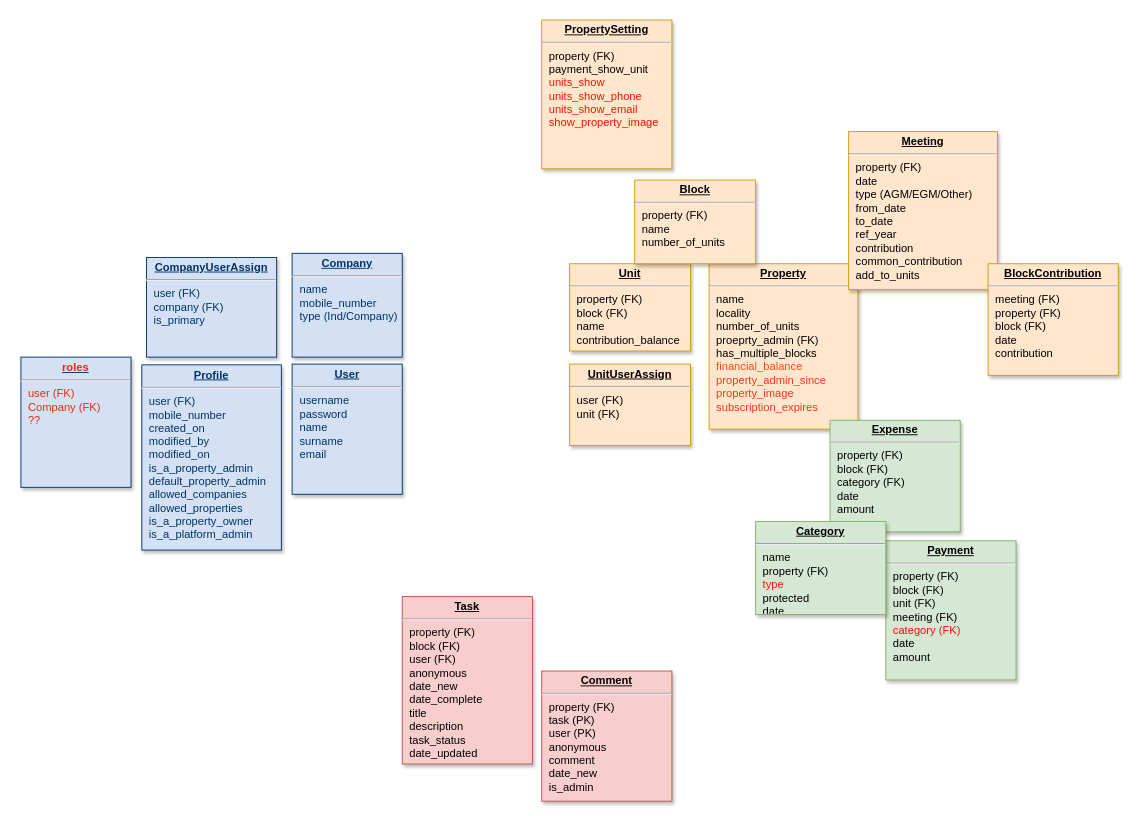
Above: Untitled Diagram.drawio in gilubilu/hello-world (draw.io), before the change. Source tidied: cells renumbered, new cells numbered last; positions are measured from the earlier drawing's top-left corner, leaving out a move shared by most shapes. Both pictures are drawn from the tidied source at 93%, with x=0, y=0 at pixel (20, 20).
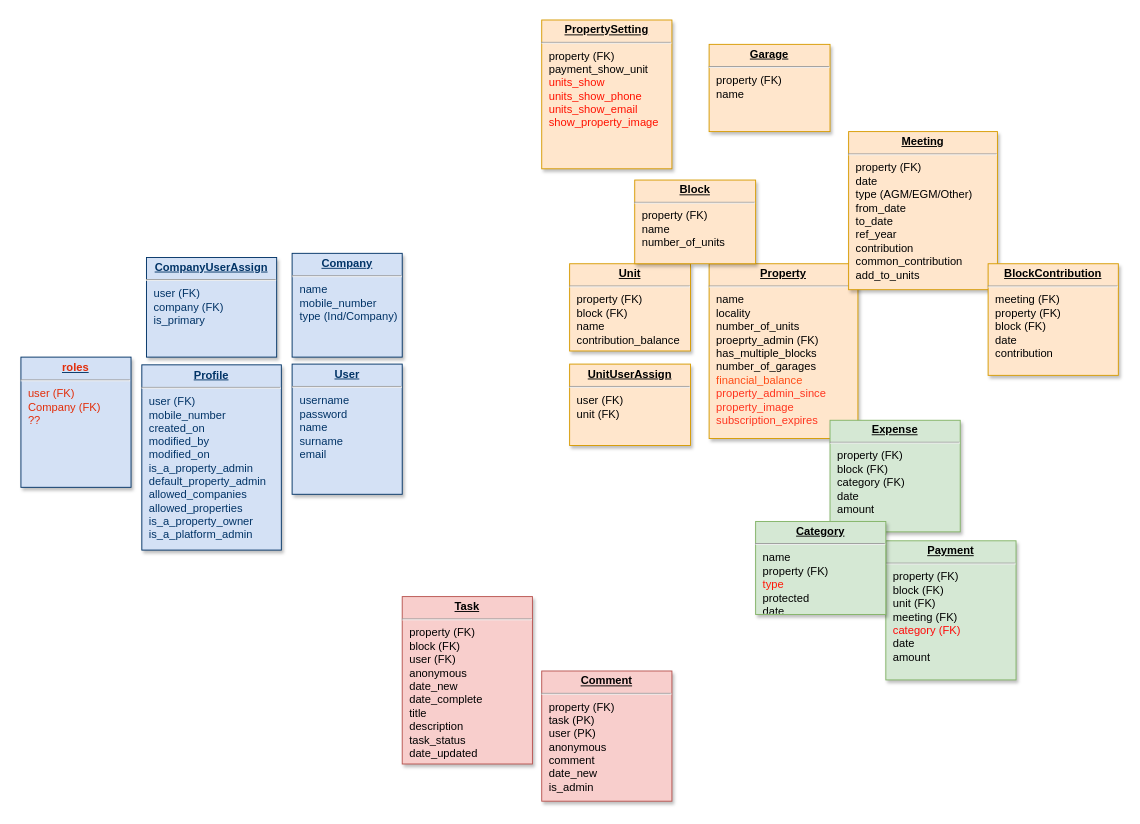
After the change.

The edit, as a diff of the source:
```diff
@@
 <mxGraphModel background="#ffffff">
   <root>
     <mxCell id="0" />
     <mxCell id="1" parent="0" />
     <mxCell id="2" value="&lt;p style=&quot;margin: 0px ; margin-top: 4px ; text-align: center ; text-decoration: underline&quot;&gt;&lt;b&gt;UnitUserAssign&lt;/b&gt;&lt;/p&gt;&lt;hr&gt;&lt;p style=&quot;margin: 0px ; margin-left: 8px&quot;&gt;user (FK)&lt;/p&gt;&lt;p style=&quot;margin: 0px ; margin-left: 8px&quot;&gt;unit (FK)&lt;/p&gt;" style="verticalAlign=top;align=left;overflow=fill;fontSize=12;fontFamily=Helvetica;html=1;strokeColor=#d79b00;shadow=1;fillColor=#ffe6cc;" parent="1" vertex="1">
       <mxGeometry x="590" y="370" width="130" height="87.5" as="geometry" />
     </mxCell>
     <mxCell id="3" value="&lt;p style=&quot;margin: 0px ; margin-top: 4px ; text-align: center ; text-decoration: underline&quot;&gt;&lt;strong&gt;Unit&lt;/strong&gt;&lt;/p&gt;&lt;hr&gt;&lt;p style=&quot;margin: 0px ; margin-left: 8px&quot;&gt;property (FK)&lt;/p&gt;&lt;p style=&quot;margin: 0px ; margin-left: 8px&quot;&gt;block (FK)&lt;/p&gt;&lt;p style=&quot;margin: 0px ; margin-left: 8px&quot;&gt;name&lt;/p&gt;&lt;p style=&quot;margin: 0px ; margin-left: 8px&quot;&gt;&lt;span&gt;contribution_balance&lt;/span&gt;&lt;br&gt;&lt;/p&gt;&lt;p style=&quot;margin: 0px ; margin-left: 8px&quot;&gt;&lt;br&gt;&lt;/p&gt;" style="verticalAlign=top;align=left;overflow=fill;fontSize=12;fontFamily=Helvetica;html=1;strokeColor=#d79b00;shadow=1;fillColor=#ffe6cc;" parent="1" vertex="1">
       <mxGeometry x="590" y="262.1" width="130" height="93.8" as="geometry" />
     </mxCell>
-    <mxCell id="4" value="&lt;p style=&quot;margin: 0px ; margin-top: 4px ; text-align: center ; text-decoration: underline&quot;&gt;&lt;strong&gt;Property&lt;/strong&gt;&lt;/p&gt;&lt;hr&gt;&lt;p style=&quot;margin: 0px ; margin-left: 8px&quot;&gt;name&lt;/p&gt;&lt;p style=&quot;margin: 0px ; margin-left: 8px&quot;&gt;locality&lt;/p&gt;&lt;p style=&quot;margin: 0px ; margin-left: 8px&quot;&gt;number_of_units&lt;/p&gt;&lt;p style=&quot;margin: 0px ; margin-left: 8px&quot;&gt;proeprty_admin (FK)&lt;/p&gt;&lt;p style=&quot;margin: 0px ; margin-left: 8px&quot;&gt;&lt;span&gt;has_multiple_blocks&lt;/span&gt;&lt;br&gt;&lt;/p&gt;&lt;p style=&quot;margin: 0px ; margin-left: 8px&quot;&gt;&lt;font color=&quot;#ff4d17&quot;&gt;financial_balance&lt;/font&gt;&lt;/p&gt;&lt;p style=&quot;margin: 0px ; margin-left: 8px&quot;&gt;&lt;font color=&quot;#ff351f&quot;&gt;property_admin_since&lt;/font&gt;&lt;font color=&quot;#ff4d17&quot;&gt;&lt;br&gt;&lt;/font&gt;&lt;/p&gt;&lt;p style=&quot;margin: 0px ; margin-left: 8px&quot;&gt;&lt;font color=&quot;#ff351f&quot;&gt;property_image&lt;/font&gt;&lt;/p&gt;&lt;p style=&quot;margin: 0px ; margin-left: 8px&quot;&gt;&lt;font color=&quot;#ff351f&quot;&gt;subscription_expires&lt;/font&gt;&lt;/p&gt;" style="verticalAlign=top;align=left;overflow=fill;fontSize=12;fontFamily=Helvetica;html=1;strokeColor=#d79b00;shadow=1;fillColor=#ffe6cc;" parent="1" vertex="1">
-      <mxGeometry x="740" y="262.1" width="160" height="177.9" as="geometry" />
+    <mxCell id="4" value="&lt;p style=&quot;margin: 0px ; margin-top: 4px ; text-align: center ; text-decoration: underline&quot;&gt;&lt;strong&gt;Property&lt;/strong&gt;&lt;/p&gt;&lt;hr&gt;&lt;p style=&quot;margin: 0px ; margin-left: 8px&quot;&gt;name&lt;/p&gt;&lt;p style=&quot;margin: 0px ; margin-left: 8px&quot;&gt;locality&lt;/p&gt;&lt;p style=&quot;margin: 0px ; margin-left: 8px&quot;&gt;number_of_units&lt;/p&gt;&lt;p style=&quot;margin: 0px ; margin-left: 8px&quot;&gt;proeprty_admin (FK)&lt;/p&gt;&lt;p style=&quot;margin: 0px ; margin-left: 8px&quot;&gt;&lt;span&gt;has_multiple_blocks&lt;/span&gt;&lt;br&gt;&lt;/p&gt;&lt;p style=&quot;margin: 0px ; margin-left: 8px&quot;&gt;&lt;span&gt;number_of_garages&lt;/span&gt;&lt;/p&gt;&lt;p style=&quot;margin: 0px ; margin-left: 8px&quot;&gt;&lt;font color=&quot;#ff4d17&quot;&gt;financial_balance&lt;/font&gt;&lt;/p&gt;&lt;p style=&quot;margin: 0px ; margin-left: 8px&quot;&gt;&lt;font color=&quot;#ff351f&quot;&gt;property_admin_since&lt;/font&gt;&lt;font color=&quot;#ff4d17&quot;&gt;&lt;br&gt;&lt;/font&gt;&lt;/p&gt;&lt;p style=&quot;margin: 0px ; margin-left: 8px&quot;&gt;&lt;font color=&quot;#ff351f&quot;&gt;property_image&lt;/font&gt;&lt;/p&gt;&lt;p style=&quot;margin: 0px ; margin-left: 8px&quot;&gt;&lt;font color=&quot;#ff351f&quot;&gt;subscription_expires&lt;/font&gt;&lt;/p&gt;" style="verticalAlign=top;align=left;overflow=fill;fontSize=12;fontFamily=Helvetica;html=1;strokeColor=#d79b00;shadow=1;fillColor=#ffe6cc;" parent="1" vertex="1">
+      <mxGeometry x="740" y="262.1" width="160" height="187.9" as="geometry" />
     </mxCell>
     <mxCell id="5" value="&lt;p style=&quot;margin: 0px ; margin-top: 4px ; text-align: center ; text-decoration: underline&quot;&gt;&lt;strong&gt;Profile&lt;/strong&gt;&lt;/p&gt;&lt;hr&gt;&lt;p style=&quot;margin: 0px ; margin-left: 8px&quot;&gt;user (FK)&lt;/p&gt;&lt;p style=&quot;margin: 0px ; margin-left: 8px&quot;&gt;mobile_number&lt;/p&gt;&lt;p style=&quot;margin: 0px ; margin-left: 8px&quot;&gt;created_on&lt;/p&gt;&lt;p style=&quot;margin: 0px ; margin-left: 8px&quot;&gt;modified_by&lt;/p&gt;&lt;p style=&quot;margin: 0px ; margin-left: 8px&quot;&gt;modified_on&lt;/p&gt;&lt;p style=&quot;margin: 0px ; margin-left: 8px&quot;&gt;is_a_property_admin&lt;/p&gt;&lt;p style=&quot;margin: 0px ; margin-left: 8px&quot;&gt;default_property_admin&lt;br&gt;&lt;/p&gt;&lt;p style=&quot;margin: 0px ; margin-left: 8px&quot;&gt;allowed_companies&lt;/p&gt;&lt;p style=&quot;margin: 0px ; margin-left: 8px&quot;&gt;allowed_properties&lt;/p&gt;&lt;p style=&quot;margin: 0px ; margin-left: 8px&quot;&gt;is_a_property_owner&lt;/p&gt;&lt;p style=&quot;margin: 0px ; margin-left: 8px&quot;&gt;is_a_platform_admin&lt;/p&gt;" style="verticalAlign=top;align=left;overflow=fill;fontSize=12;fontFamily=Helvetica;html=1;strokeColor=#003366;shadow=1;fillColor=#D4E1F5;fontColor=#003366;direction=west;" parent="1" vertex="1">
       <mxGeometry x="130" y="370.8" width="150" height="199.2" as="geometry" />
     </mxCell>
     <mxCell id="6" value="&lt;p style=&quot;margin: 0px ; margin-top: 4px ; text-align: center ; text-decoration: underline&quot;&gt;&lt;b&gt;User&lt;/b&gt;&lt;/p&gt;&lt;hr&gt;&lt;p style=&quot;margin: 0px ; margin-left: 8px&quot;&gt;username&lt;/p&gt;&lt;p style=&quot;margin: 0px ; margin-left: 8px&quot;&gt;password&lt;/p&gt;&lt;p style=&quot;margin: 0px ; margin-left: 8px&quot;&gt;name&lt;/p&gt;&lt;p style=&quot;margin: 0px ; margin-left: 8px&quot;&gt;surname&lt;/p&gt;&lt;p style=&quot;margin: 0px ; margin-left: 8px&quot;&gt;email&lt;/p&gt;" style="verticalAlign=top;align=left;overflow=fill;fontSize=12;fontFamily=Helvetica;html=1;strokeColor=#003366;shadow=1;fillColor=#D4E1F5;fontColor=#003366;direction=south;" parent="1" vertex="1">
       <mxGeometry x="291.6" y="370" width="118.4" height="140" as="geometry" />
     </mxCell>
     <mxCell id="7" value="&lt;p style=&quot;margin: 0px ; margin-top: 4px ; text-align: center ; text-decoration: underline&quot;&gt;&lt;b&gt;Company&lt;/b&gt;&lt;/p&gt;&lt;hr&gt;&lt;p style=&quot;margin: 0px ; margin-left: 8px&quot;&gt;name&lt;/p&gt;&lt;p style=&quot;margin: 0px ; margin-left: 8px&quot;&gt;mobile_number&lt;/p&gt;&lt;p style=&quot;margin: 0px ; margin-left: 8px&quot;&gt;type (Ind/Company)&lt;/p&gt;" style="verticalAlign=top;align=left;overflow=fill;fontSize=12;fontFamily=Helvetica;html=1;strokeColor=#003366;shadow=1;fillColor=#D4E1F5;fontColor=#003366;direction=south;" parent="1" vertex="1">
       <mxGeometry x="291.6" y="250.9" width="118.4" height="111.6" as="geometry" />
     </mxCell>
     <mxCell id="8" value="&lt;p style=&quot;margin: 0px ; margin-top: 4px ; text-align: center ; text-decoration: underline&quot;&gt;&lt;b&gt;CompanyUserAssign&lt;/b&gt;&lt;/p&gt;&lt;hr&gt;&lt;p style=&quot;margin: 0px ; margin-left: 8px&quot;&gt;user (FK)&lt;/p&gt;&lt;p style=&quot;margin: 0px ; margin-left: 8px&quot;&gt;company (FK)&lt;/p&gt;&lt;p style=&quot;margin: 0px ; margin-left: 8px&quot;&gt;is_primary&lt;/p&gt;" style="verticalAlign=top;align=left;overflow=fill;fontSize=12;fontFamily=Helvetica;html=1;strokeColor=#003366;shadow=1;fillColor=#D4E1F5;fontColor=#003366;direction=east;" parent="1" vertex="1">
       <mxGeometry x="135" y="255.4" width="140" height="107.1" as="geometry" />
     </mxCell>
     <mxCell id="9" value="&lt;p style=&quot;margin: 0px ; margin-top: 4px ; text-align: center ; text-decoration: underline&quot;&gt;&lt;strong&gt;Meeting&lt;/strong&gt;&lt;/p&gt;&lt;hr&gt;&lt;p style=&quot;margin: 0px ; margin-left: 8px&quot;&gt;property (FK)&lt;/p&gt;&lt;p style=&quot;margin: 0px ; margin-left: 8px&quot;&gt;date&lt;/p&gt;&lt;p style=&quot;margin: 0px ; margin-left: 8px&quot;&gt;type (AGM/EGM/Other)&lt;/p&gt;&lt;p style=&quot;margin: 0px ; margin-left: 8px&quot;&gt;from_date&lt;/p&gt;&lt;p style=&quot;margin: 0px ; margin-left: 8px&quot;&gt;to_date&lt;/p&gt;&lt;p style=&quot;margin: 0px ; margin-left: 8px&quot;&gt;ref_year&lt;/p&gt;&lt;p style=&quot;margin: 0px ; margin-left: 8px&quot;&gt;contribution&lt;/p&gt;&lt;p style=&quot;margin: 0px ; margin-left: 8px&quot;&gt;common_contribution&lt;/p&gt;&lt;p style=&quot;margin: 0px ; margin-left: 8px&quot;&gt;add_to_units&lt;/p&gt;" style="verticalAlign=top;align=left;overflow=fill;fontSize=12;fontFamily=Helvetica;html=1;strokeColor=#d79b00;shadow=1;fillColor=#ffe6cc;direction=west;" parent="1" vertex="1">
       <mxGeometry x="890" y="120" width="160" height="170" as="geometry" />
     </mxCell>
     <mxCell id="10" value="&lt;p style=&quot;margin: 0px ; margin-top: 4px ; text-align: center ; text-decoration: underline&quot;&gt;&lt;strong&gt;BlockContribution&lt;/strong&gt;&lt;/p&gt;&lt;hr&gt;&lt;p style=&quot;margin: 0px ; margin-left: 8px&quot;&gt;meeting (FK)&lt;/p&gt;&lt;p style=&quot;margin: 0px ; margin-left: 8px&quot;&gt;property (FK)&lt;/p&gt;&lt;p style=&quot;margin: 0px ; margin-left: 8px&quot;&gt;block (FK)&lt;/p&gt;&lt;p style=&quot;margin: 0px ; margin-left: 8px&quot;&gt;date&lt;/p&gt;&lt;p style=&quot;margin: 0px ; margin-left: 8px&quot;&gt;contribution&lt;br&gt;&lt;/p&gt;" style="verticalAlign=top;align=left;overflow=fill;fontSize=12;fontFamily=Helvetica;html=1;strokeColor=#d79b00;shadow=1;fillColor=#ffe6cc;direction=west;" parent="1" vertex="1">
       <mxGeometry x="1040" y="262.1" width="140" height="120" as="geometry" />
     </mxCell>
     <mxCell id="11" value="&lt;p style=&quot;margin: 0px ; margin-top: 4px ; text-align: center ; text-decoration: underline&quot;&gt;&lt;strong&gt;Block&lt;/strong&gt;&lt;/p&gt;&lt;hr&gt;&lt;p style=&quot;margin: 0px ; margin-left: 8px&quot;&gt;property (FK)&lt;/p&gt;&lt;p style=&quot;margin: 0px ; margin-left: 8px&quot;&gt;name&lt;/p&gt;&lt;p style=&quot;margin: 0px ; margin-left: 8px&quot;&gt;number_of_units&lt;/p&gt;&lt;p style=&quot;margin: 0px ; margin-left: 8px&quot;&gt;&lt;br&gt;&lt;/p&gt;" style="verticalAlign=top;align=left;overflow=fill;fontSize=12;fontFamily=Helvetica;html=1;strokeColor=#d79b00;shadow=1;fillColor=#ffe6cc;direction=west;" parent="1" vertex="1">
       <mxGeometry x="660" y="172.1" width="130" height="90" as="geometry" />
     </mxCell>
     <mxCell id="12" value="&lt;p style=&quot;margin: 0px ; margin-top: 4px ; text-align: center ; text-decoration: underline&quot;&gt;&lt;strong&gt;Payment&lt;/strong&gt;&lt;/p&gt;&lt;hr&gt;&lt;p style=&quot;margin: 0px ; margin-left: 8px&quot;&gt;&lt;span&gt;property (FK)&lt;/span&gt;&lt;br&gt;&lt;/p&gt;&lt;p style=&quot;margin: 0px ; margin-left: 8px&quot;&gt;&lt;span&gt;block (FK)&lt;/span&gt;&lt;/p&gt;&lt;p style=&quot;margin: 0px ; margin-left: 8px&quot;&gt;&lt;span&gt;unit (FK)&lt;/span&gt;&lt;/p&gt;&lt;p style=&quot;margin: 0px ; margin-left: 8px&quot;&gt;meeting (FK)&lt;/p&gt;&lt;p style=&quot;margin: 0px ; margin-left: 8px&quot;&gt;&lt;font color=&quot;#ff0a0a&quot;&gt;category (FK)&lt;/font&gt;&lt;/p&gt;&lt;p style=&quot;margin: 0px ; margin-left: 8px&quot;&gt;date&lt;span&gt;&lt;br&gt;&lt;/span&gt;&lt;/p&gt;&lt;p style=&quot;margin: 0px ; margin-left: 8px&quot;&gt;&lt;span&gt;amount&lt;/span&gt;&lt;/p&gt;" style="verticalAlign=top;align=left;overflow=fill;fontSize=12;fontFamily=Helvetica;html=1;strokeColor=#82b366;shadow=1;fillColor=#d5e8d4;direction=west;" parent="1" vertex="1">
       <mxGeometry x="930" y="560" width="140" height="149.6" as="geometry" />
     </mxCell>
     <mxCell id="13" value="&lt;p style=&quot;margin: 0px ; margin-top: 4px ; text-align: center ; text-decoration: underline&quot;&gt;&lt;strong&gt;Expense&lt;/strong&gt;&lt;/p&gt;&lt;hr&gt;&lt;p style=&quot;margin: 0px ; margin-left: 8px&quot;&gt;&lt;span&gt;property (FK)&lt;/span&gt;&lt;/p&gt;&lt;p style=&quot;margin: 0px ; margin-left: 8px&quot;&gt;&lt;span&gt;block (FK)&lt;/span&gt;&lt;/p&gt;&lt;p style=&quot;margin: 0px ; margin-left: 8px&quot;&gt;category (FK)&lt;/p&gt;&lt;p style=&quot;margin: 0px ; margin-left: 8px&quot;&gt;date&lt;/p&gt;&lt;p style=&quot;margin: 0px ; margin-left: 8px&quot;&gt;&lt;span&gt;amount&lt;/span&gt;&lt;br&gt;&lt;/p&gt;&lt;p style=&quot;margin: 0px ; margin-left: 8px&quot;&gt;&lt;br&gt;&lt;/p&gt;" style="verticalAlign=top;align=left;overflow=fill;fontSize=12;fontFamily=Helvetica;html=1;strokeColor=#82b366;shadow=1;fillColor=#d5e8d4;direction=west;" parent="1" vertex="1">
       <mxGeometry x="870" y="430.4" width="140" height="120" as="geometry" />
     </mxCell>
     <mxCell id="14" value="&lt;p style=&quot;margin: 0px ; margin-top: 4px ; text-align: center ; text-decoration: underline&quot;&gt;&lt;strong&gt;Category&lt;/strong&gt;&lt;/p&gt;&lt;hr&gt;&lt;p style=&quot;margin: 0px ; margin-left: 8px&quot;&gt;name&lt;br&gt;&lt;/p&gt;&lt;p style=&quot;margin: 0px ; margin-left: 8px&quot;&gt;property (FK)&lt;/p&gt;&lt;p style=&quot;margin: 0px ; margin-left: 8px&quot;&gt;&lt;font color=&quot;#ff1808&quot;&gt;type&lt;/font&gt;&lt;/p&gt;&lt;p style=&quot;margin: 0px ; margin-left: 8px&quot;&gt;protected&lt;/p&gt;&lt;p style=&quot;margin: 0px ; margin-left: 8px&quot;&gt;date&lt;/p&gt;" style="verticalAlign=top;align=left;overflow=fill;fontSize=12;fontFamily=Helvetica;html=1;strokeColor=#82b366;shadow=1;fillColor=#d5e8d4;direction=west;" parent="1" vertex="1">
       <mxGeometry x="790" y="539.2" width="140" height="100" as="geometry" />
     </mxCell>
     <mxCell id="15" value="&lt;p style=&quot;margin: 0px ; margin-top: 4px ; text-align: center ; text-decoration: underline&quot;&gt;&lt;strong&gt;Task&lt;/strong&gt;&lt;/p&gt;&lt;hr&gt;&lt;p style=&quot;margin: 0px ; margin-left: 8px&quot;&gt;&lt;span&gt;property (FK)&lt;/span&gt;&lt;br&gt;&lt;/p&gt;&lt;p style=&quot;margin: 0px ; margin-left: 8px&quot;&gt;&lt;span&gt;block (FK)&lt;/span&gt;&lt;/p&gt;&lt;p style=&quot;margin: 0px ; margin-left: 8px&quot;&gt;&lt;span&gt;user (FK)&lt;/span&gt;&lt;/p&gt;&lt;p style=&quot;margin: 0px ; margin-left: 8px&quot;&gt;&lt;span&gt;anonymous&lt;/span&gt;&lt;/p&gt;&lt;p style=&quot;margin: 0px ; margin-left: 8px&quot;&gt;date_new&lt;/p&gt;&lt;p style=&quot;margin: 0px ; margin-left: 8px&quot;&gt;date_complete&lt;/p&gt;&lt;p style=&quot;margin: 0px ; margin-left: 8px&quot;&gt;title&lt;span&gt;&lt;br&gt;&lt;/span&gt;&lt;/p&gt;&lt;p style=&quot;margin: 0px ; margin-left: 8px&quot;&gt;&lt;span&gt;description&lt;/span&gt;&lt;/p&gt;&lt;p style=&quot;margin: 0px ; margin-left: 8px&quot;&gt;&lt;span&gt;task_status&lt;/span&gt;&lt;/p&gt;&lt;p style=&quot;margin: 0px ; margin-left: 8px&quot;&gt;&lt;span&gt;date_updated&lt;/span&gt;&lt;/p&gt;" style="verticalAlign=top;align=left;overflow=fill;fontSize=12;fontFamily=Helvetica;html=1;strokeColor=#b85450;shadow=1;fillColor=#f8cecc;direction=west;" parent="1" vertex="1">
       <mxGeometry x="410" y="620" width="140" height="180" as="geometry" />
     </mxCell>
     <mxCell id="16" value="&lt;p style=&quot;margin: 0px ; margin-top: 4px ; text-align: center ; text-decoration: underline&quot;&gt;&lt;b&gt;Comment&lt;/b&gt;&lt;/p&gt;&lt;hr&gt;&lt;p style=&quot;margin: 0px ; margin-left: 8px&quot;&gt;&lt;span&gt;property (FK)&lt;/span&gt;&lt;br&gt;&lt;/p&gt;&lt;p style=&quot;margin: 0px ; margin-left: 8px&quot;&gt;&lt;span&gt;task (PK)&lt;/span&gt;&lt;/p&gt;&lt;p style=&quot;margin: 0px ; margin-left: 8px&quot;&gt;&lt;span&gt;user (PK)&lt;/span&gt;&lt;/p&gt;&lt;p style=&quot;margin: 0px ; margin-left: 8px&quot;&gt;&lt;span&gt;anonymous&lt;/span&gt;&lt;/p&gt;&lt;p style=&quot;margin: 0px ; margin-left: 8px&quot;&gt;&lt;span&gt;comment&lt;/span&gt;&lt;/p&gt;&lt;p style=&quot;margin: 0px ; margin-left: 8px&quot;&gt;&lt;span&gt;date_new&lt;/span&gt;&lt;/p&gt;&lt;p style=&quot;margin: 0px ; margin-left: 8px&quot;&gt;&lt;span&gt;is_admin&lt;/span&gt;&lt;/p&gt;&lt;p style=&quot;margin: 0px ; margin-left: 8px&quot;&gt;&lt;span&gt;&lt;br&gt;&lt;/span&gt;&lt;/p&gt;" style="verticalAlign=top;align=left;overflow=fill;fontSize=12;fontFamily=Helvetica;html=1;strokeColor=#b85450;shadow=1;fillColor=#f8cecc;direction=west;" parent="1" vertex="1">
       <mxGeometry x="560" y="700" width="140" height="140" as="geometry" />
     </mxCell>
     <mxCell id="17" value="&lt;p style=&quot;margin: 0px ; margin-top: 4px ; text-align: center ; text-decoration: underline&quot;&gt;&lt;strong&gt;PropertySetting&lt;/strong&gt;&lt;/p&gt;&lt;hr&gt;&lt;p style=&quot;margin: 0px ; margin-left: 8px&quot;&gt;property (FK)&lt;/p&gt;&lt;p style=&quot;margin: 0px ; margin-left: 8px&quot;&gt;payment_show_unit&lt;/p&gt;&lt;p style=&quot;margin: 0px ; margin-left: 8px&quot;&gt;&lt;font color=&quot;#ff1100&quot;&gt;units_show&lt;/font&gt;&lt;/p&gt;&lt;p style=&quot;margin: 0px ; margin-left: 8px&quot;&gt;&lt;font color=&quot;#ff1100&quot;&gt;units_show_phone&lt;/font&gt;&lt;/p&gt;&lt;p style=&quot;margin: 0px ; margin-left: 8px&quot;&gt;&lt;font color=&quot;#ff1100&quot;&gt;units_show_email&lt;/font&gt;&lt;/p&gt;&lt;p style=&quot;margin: 0px ; margin-left: 8px&quot;&gt;&lt;font color=&quot;#ff1100&quot;&gt;show_property_image&lt;/font&gt;&lt;/p&gt;" style="verticalAlign=top;align=left;overflow=fill;fontSize=12;fontFamily=Helvetica;html=1;strokeColor=#d79b00;shadow=1;fillColor=#ffe6cc;direction=west;" parent="1" vertex="1">
       <mxGeometry x="560" width="140" height="160" as="geometry" />
     </mxCell>
     <mxCell id="18" value="&lt;p style=&quot;margin: 0px ; margin-top: 4px ; text-align: center ; text-decoration: underline&quot;&gt;&lt;b&gt;&lt;font color=&quot;#e32d09&quot;&gt;roles&lt;/font&gt;&lt;/b&gt;&lt;/p&gt;&lt;hr&gt;&lt;p style=&quot;margin: 0px ; margin-left: 8px&quot;&gt;&lt;font color=&quot;#e32d09&quot;&gt;user (FK)&lt;/font&gt;&lt;/p&gt;&lt;p style=&quot;margin: 0px ; margin-left: 8px&quot;&gt;&lt;font color=&quot;#e32d09&quot;&gt;Company (FK)&lt;/font&gt;&lt;/p&gt;&lt;p style=&quot;margin: 0px ; margin-left: 8px&quot;&gt;&lt;font color=&quot;#e32d09&quot;&gt;??&lt;/font&gt;&lt;/p&gt;&lt;p style=&quot;margin: 0px ; margin-left: 8px&quot;&gt;&lt;br&gt;&lt;/p&gt;" style="verticalAlign=top;align=left;overflow=fill;fontSize=12;fontFamily=Helvetica;html=1;strokeColor=#003366;shadow=1;fillColor=#D4E1F5;fontColor=#003366;direction=south;" parent="1" vertex="1">
       <mxGeometry y="362.5" width="118.4" height="140" as="geometry" />
     </mxCell>
+    <mxCell id="19" value="&lt;p style=&quot;margin: 0px ; margin-top: 4px ; text-align: center ; text-decoration: underline&quot;&gt;&lt;strong&gt;Garage&lt;/strong&gt;&lt;/p&gt;&lt;hr&gt;&lt;p style=&quot;margin: 0px ; margin-left: 8px&quot;&gt;property (FK)&lt;/p&gt;&lt;p style=&quot;margin: 0px ; margin-left: 8px&quot;&gt;&lt;span style=&quot;background-color: initial;&quot;&gt;name&lt;/span&gt;&lt;/p&gt;&lt;p style=&quot;margin: 0px ; margin-left: 8px&quot;&gt;&lt;br&gt;&lt;/p&gt;" style="verticalAlign=top;align=left;overflow=fill;fontSize=12;fontFamily=Helvetica;html=1;strokeColor=#d79b00;shadow=1;fillColor=#ffe6cc;" parent="1" vertex="1">
+      <mxGeometry x="740" y="26.2" width="130" height="93.8" as="geometry" />
+    </mxCell>
   </root>
 </mxGraphModel>
```
